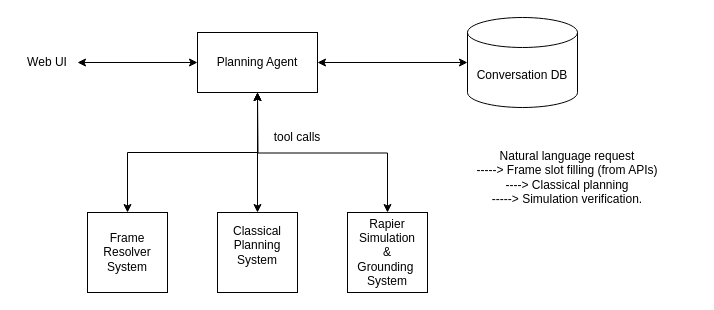
Before: docs/arch-plan.drawio in yashrahmed/Planning-w-llms, a draw.io diagram. Source tidied: cells renumbered, new cells numbered last; positions are measured from the earlier drawing's top-left corner, leaving out a move shared by most shapes. Both pictures are drawn from the tidied source at 100%, with x=0, y=0 at pixel (17, 17).
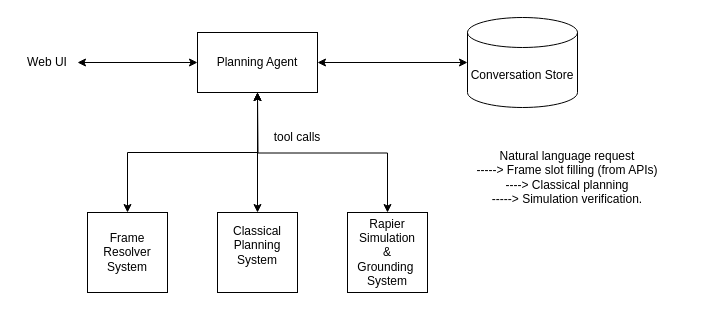
The same page after the edit.

Change to the diagram source:
```diff
@@
 <mxGraphModel>
   <root>
     <mxCell id="0" />
     <mxCell id="1" parent="0" />
     <mxCell id="2" value="Planning Agent" style="rounded=0;whiteSpace=wrap;html=1;" parent="1" vertex="1">
       <mxGeometry x="180" y="15" width="120" height="60" as="geometry" />
     </mxCell>
     <mxCell id="3" value="Natural language request&lt;br&gt;-----&amp;gt; Frame slot filling (from APIs)&lt;br&gt;----&amp;gt; Classical planning&lt;br&gt;-----&amp;gt; Simulation verification." style="text;html=1;whiteSpace=wrap;strokeColor=none;fillColor=none;align=center;verticalAlign=middle;rounded=0;" parent="1" vertex="1">
       <mxGeometry x="420" y="105" width="260" height="110" as="geometry" />
     </mxCell>
-    <mxCell id="4" value="Conversation DB" style="shape=cylinder3;whiteSpace=wrap;html=1;boundedLbl=1;backgroundOutline=1;size=15;" parent="1" vertex="1">
+    <mxCell id="4" value="Conversation Store" style="shape=cylinder3;whiteSpace=wrap;html=1;boundedLbl=1;backgroundOutline=1;size=15;" parent="1" vertex="1">
       <mxGeometry x="450" width="110" height="90" as="geometry" />
     </mxCell>
     <mxCell id="5" style="endArrow=classic;startArrow=classic;html=1;rounded=0;exitX=1;exitY=0.5;exitDx=0;exitDy=0;entryX=0;entryY=0.5;entryDx=0;entryDy=0;entryPerimeter=0;" parent="1" edge="1" source="2" target="4">
       <mxGeometry relative="1" as="geometry" />
     </mxCell>
     <mxCell id="6" style="endArrow=classic;startArrow=classic;html=1;rounded=0;entryX=0;entryY=0.5;entryDx=0;entryDy=0;" parent="1" edge="1" target="2">
       <mxGeometry relative="1" as="geometry">
         <mxPoint x="60" y="45" as="sourcePoint" />
       </mxGeometry>
     </mxCell>
     <mxCell id="7" value="Web UI" style="text;html=1;whiteSpace=wrap;strokeColor=none;fillColor=none;align=center;verticalAlign=middle;rounded=0;" parent="1" vertex="1">
       <mxGeometry y="30" width="60" height="30" as="geometry" />
     </mxCell>
     <mxCell id="8" style="endArrow=classic;startArrow=classic;html=1;rounded=0;fillColor=light-dark(transparent,#FF0000);strokeColor=light-dark(#000000,#FF0000);exitX=0.5;exitY=0;exitDx=0;exitDy=0;entryX=0.5;entryY=1;entryDx=0;entryDy=0;" parent="1" edge="1" source="10" target="2">
       <mxGeometry relative="1" as="geometry" />
     </mxCell>
     <mxCell id="9" value="Frame Resolver&lt;div&gt;System&lt;/div&gt;" style="whiteSpace=wrap;html=1;" parent="1" vertex="1">
       <mxGeometry x="70" y="195" width="80" height="80" as="geometry" />
     </mxCell>
     <mxCell id="10" value="Classical Planning&lt;div&gt;System&lt;br&gt;&lt;div&gt;&lt;br&gt;&lt;/div&gt;&lt;/div&gt;" style="whiteSpace=wrap;html=1;" parent="1" vertex="1">
       <mxGeometry x="200" y="195" width="80" height="80" as="geometry" />
     </mxCell>
     <mxCell id="11" value="Rapier&lt;br&gt;Simulation&lt;div&gt;&amp;amp;&lt;/div&gt;&lt;div&gt;Grounding&amp;nbsp;&lt;/div&gt;&lt;div&gt;System&lt;/div&gt;" style="whiteSpace=wrap;html=1;" parent="1" vertex="1">
       <mxGeometry x="330" y="195" width="80" height="80" as="geometry" />
     </mxCell>
     <mxCell id="12" style="endArrow=classic;startArrow=classic;html=1;rounded=0;fillColor=light-dark(transparent,#FF0000);strokeColor=light-dark(#000000,#FF0000);exitX=0.5;exitY=0;exitDx=0;exitDy=0;edgeStyle=orthogonalEdgeStyle;" parent="1" edge="1" source="11">
       <mxGeometry relative="1" as="geometry">
         <mxPoint x="240" y="75" as="targetPoint" />
       </mxGeometry>
     </mxCell>
     <mxCell id="13" style="endArrow=classic;startArrow=classic;html=1;rounded=0;fillColor=light-dark(transparent,#FF0000);strokeColor=light-dark(#000000,#FF0000);exitX=0.5;exitY=0;exitDx=0;exitDy=0;edgeStyle=orthogonalEdgeStyle;entryX=0.5;entryY=1;entryDx=0;entryDy=0;" parent="1" edge="1" source="9" target="2">
       <mxGeometry relative="1" as="geometry" />
     </mxCell>
     <mxCell id="14" value="tool calls" style="text;html=1;whiteSpace=wrap;strokeColor=none;fillColor=none;align=center;verticalAlign=middle;rounded=0;" parent="1" vertex="1">
       <mxGeometry x="250" y="105" width="60" height="30" as="geometry" />
     </mxCell>
   </root>
 </mxGraphModel>
```
